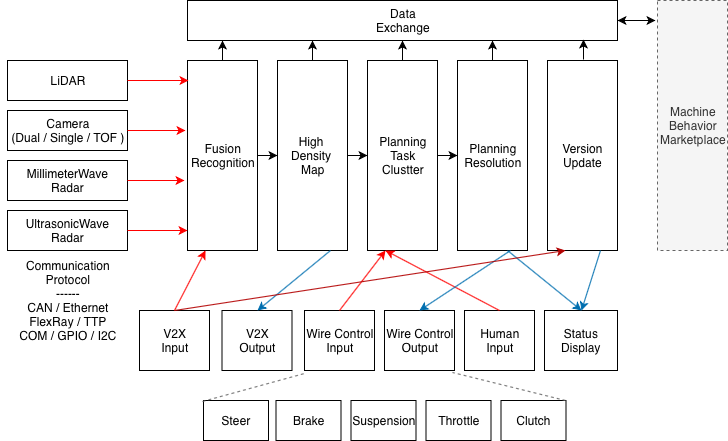
Above: media/dooyo_idea_rpp_1.png in df595149790/df595149790.github.io (draw.io), before the change. Source tidied: cells renumbered, new cells last; positions are measured from the earlier drawing's top-left corner, leaving out a move shared by most shapes.
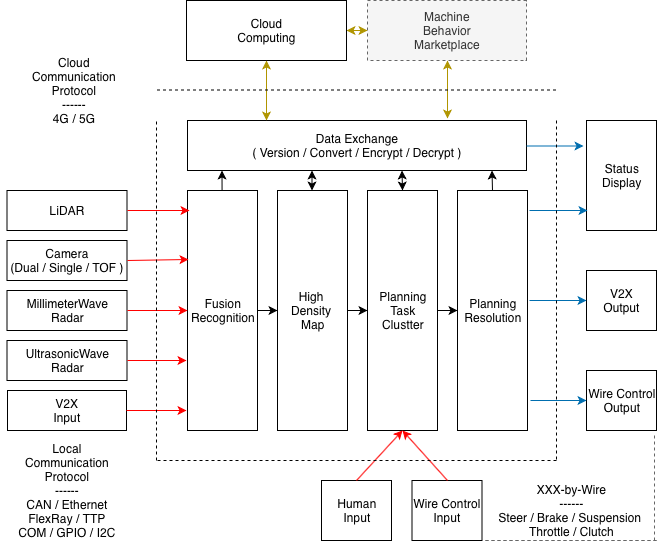
The same file after the commit.

Diff of the diagram source:
```diff
@@ -3,46 +3,43 @@
     <mxCell id="0" />
     <mxCell id="1" parent="0" />
     <mxCell id="2" value="Machine&lt;br&gt;Behavior&lt;br&gt;Marketplace&lt;br&gt;" style="rounded=0;whiteSpace=wrap;html=1;dashed=1;fillColor=#f5f5f5;strokeColor=#666666;fontColor=#333333;" parent="1" vertex="1">
-      <mxGeometry x="656" width="70" height="250" as="geometry" />
+      <mxGeometry x="287" width="159" height="60" as="geometry" />
     </mxCell>
     <mxCell id="3" value="LiDAR" style="rounded=0;whiteSpace=wrap;html=1;" parent="1" vertex="1">
-      <mxGeometry x="6" y="60" width="120" height="40" as="geometry" />
+      <mxGeometry x="-73.5" y="190" width="120" height="40" as="geometry" />
     </mxCell>
     <mxCell id="4" value="Camera&lt;br&gt;(Dual / Single / TOF )&lt;br&gt;" style="rounded=0;whiteSpace=wrap;html=1;" parent="1" vertex="1">
-      <mxGeometry x="6" y="110" width="120" height="40" as="geometry" />
+      <mxGeometry x="-73.5" y="240" width="120" height="40" as="geometry" />
     </mxCell>
     <mxCell id="5" value="MillimeterWave&lt;br&gt;Radar&lt;br&gt;" style="rounded=0;whiteSpace=wrap;html=1;" parent="1" vertex="1">
-      <mxGeometry x="6" y="160" width="120" height="40" as="geometry" />
+      <mxGeometry x="-73.5" y="290" width="120" height="40" as="geometry" />
     </mxCell>
     <mxCell id="6" value="UltrasonicWave&lt;br&gt;Radar&lt;br&gt;" style="rounded=0;whiteSpace=wrap;html=1;" parent="1" vertex="1">
-      <mxGeometry x="6" y="210" width="120" height="40" as="geometry" />
+      <mxGeometry x="-73.5" y="340" width="120" height="40" as="geometry" />
     </mxCell>
     <mxCell id="7" value="Fusion&lt;br&gt;Recognition&lt;br&gt;" style="rounded=0;whiteSpace=wrap;html=1;shadow=0;fillColor=none;" parent="1" vertex="1">
-      <mxGeometry x="186" y="60" width="70" height="190" as="geometry" />
+      <mxGeometry x="107" y="190" width="70" height="240" as="geometry" />
     </mxCell>
-    <mxCell id="8" value="Communication&lt;br&gt;Protocol&lt;br&gt;------&lt;br&gt;CAN /&amp;nbsp;E&lt;span&gt;thernet&lt;br&gt;F&lt;/span&gt;&lt;span&gt;lexRay /&amp;nbsp;TTP&lt;br&gt;COM / GPIO / I2C&lt;br&gt;&lt;/span&gt;" style="text;html=1;strokeColor=none;fillColor=none;align=center;verticalAlign=middle;whiteSpace=wrap;rounded=0;shadow=0;" parent="1" vertex="1">
-      <mxGeometry x="-0.5" y="290" width="133" height="20" as="geometry" />
+    <mxCell id="8" value="Local&lt;br&gt;Communication&lt;br&gt;Protocol&lt;br&gt;------&lt;br&gt;CAN /&amp;nbsp;E&lt;span&gt;thernet&lt;br&gt;F&lt;/span&gt;&lt;span&gt;lexRay /&amp;nbsp;TTP&lt;br&gt;COM / GPIO / I2C&lt;br&gt;&lt;/span&gt;" style="text;html=1;strokeColor=none;fillColor=none;align=center;verticalAlign=middle;whiteSpace=wrap;rounded=0;shadow=0;" parent="1" vertex="1">
+      <mxGeometry x="-80" y="480" width="133" height="20" as="geometry" />
     </mxCell>
     <mxCell id="9" value="High &lt;br&gt;Density &lt;br&gt;Map" style="rounded=0;whiteSpace=wrap;html=1;shadow=0;fillColor=none;" parent="1" vertex="1">
-      <mxGeometry x="276" y="60" width="70" height="190" as="geometry" />
+      <mxGeometry x="197" y="190" width="70" height="240" as="geometry" />
     </mxCell>
     <mxCell id="10" value="Wire&amp;nbsp;Control&lt;br&gt;Input&lt;br&gt;" style="rounded=0;whiteSpace=wrap;html=1;" parent="1" vertex="1">
-      <mxGeometry x="303" y="310" width="70" height="60" as="geometry" />
+      <mxGeometry x="331.5" y="480" width="70" height="60" as="geometry" />
     </mxCell>
     <mxCell id="11" value="V2X&lt;br&gt;Input&lt;br&gt;" style="rounded=0;whiteSpace=wrap;html=1;shadow=0;fillColor=none;" parent="1" vertex="1">
-      <mxGeometry x="138" y="310" width="70" height="60" as="geometry" />
+      <mxGeometry x="-73" y="390" width="119" height="40" as="geometry" />
     </mxCell>
-    <mxCell id="12" value="V2X&lt;br&gt;Output&lt;br&gt;" style="rounded=0;whiteSpace=wrap;html=1;shadow=0;fillColor=none;" parent="1" vertex="1">
-      <mxGeometry x="220.5" y="310" width="70" height="60" as="geometry" />
-    </mxCell>
     <mxCell id="13" value="Status&lt;br&gt;Display&lt;br&gt;" style="rounded=0;whiteSpace=wrap;html=1;shadow=0;fillColor=none;" parent="1" vertex="1">
-      <mxGeometry x="543" y="310" width="73" height="60" as="geometry" />
+      <mxGeometry x="506" y="120" width="70" height="110" as="geometry" />
     </mxCell>
     <mxCell id="14" value="Planning&lt;br&gt;Resolution" style="rounded=0;whiteSpace=wrap;html=1;shadow=0;fillColor=none;" parent="1" vertex="1">
-      <mxGeometry x="456" y="60" width="70" height="190" as="geometry" />
+      <mxGeometry x="377" y="190" width="70" height="240" as="geometry" />
     </mxCell>
     <mxCell id="15" value="Planning&lt;br&gt;Task&lt;br&gt;Clustter&lt;br&gt;" style="rounded=0;whiteSpace=wrap;html=1;shadow=0;fillColor=none;" parent="1" vertex="1">
-      <mxGeometry x="366" y="60" width="70" height="190" as="geometry" />
+      <mxGeometry x="287" y="190" width="70" height="240" as="geometry" />
     </mxCell>
     <mxCell id="16" style="endArrow=classic;html=1;entryX=0;entryY=0.5;entryDx=0;entryDy=0;exitX=1;exitY=0.5;exitDx=0;exitDy=0;" parent="1" edge="1" source="7" target="9">
       <mxGeometry relative="1" as="geometry" />
@@ -53,106 +50,130 @@
     <mxCell id="18" style="endArrow=classic;html=1;entryX=0;entryY=0.5;entryDx=0;entryDy=0;exitX=1;exitY=0.5;exitDx=0;exitDy=0;" parent="1" edge="1" source="15" target="14">
       <mxGeometry relative="1" as="geometry" />
     </mxCell>
-    <mxCell id="19" style="endArrow=classic;startArrow=classic;html=1;exitX=1;exitY=0.5;exitDx=0;exitDy=0;entryX=-0.029;entryY=0.08;entryDx=0;entryDy=0;entryPerimeter=0;" parent="1" edge="1" source="20" target="2">
+    <mxCell id="19" style="endArrow=classic;startArrow=classic;html=1;exitX=1;exitY=0.5;exitDx=0;exitDy=0;entryX=0;entryY=0.5;entryDx=0;entryDy=0;fillColor=#e3c800;strokeColor=#B09500;" parent="1" edge="1" source="48" target="2">
       <mxGeometry relative="1" as="geometry" />
     </mxCell>
-    <mxCell id="20" value="Data&lt;br&gt;Exchange&lt;br&gt;" style="rounded=0;whiteSpace=wrap;html=1;shadow=0;fillColor=none;" parent="1" vertex="1">
-      <mxGeometry x="186" width="430" height="40" as="geometry" />
+    <mxCell id="20" value="Data Exchange&lt;br&gt;( Version / Convert / Encrypt / Decrypt )&lt;br&gt;" style="rounded=0;whiteSpace=wrap;html=1;shadow=0;fillColor=none;" parent="1" vertex="1">
+      <mxGeometry x="107" y="120" width="339" height="50" as="geometry" />
     </mxCell>
     <mxCell id="21" style="endArrow=classic;html=1;" parent="1" edge="1" source="7">
       <mxGeometry relative="1" as="geometry">
-        <mxPoint x="221" y="40" as="targetPoint" />
+        <mxPoint x="141.5" y="170" as="targetPoint" />
       </mxGeometry>
     </mxCell>
-    <mxCell id="22" style="endArrow=classic;html=1;exitX=0.5;exitY=0;exitDx=0;exitDy=0;" parent="1" edge="1" source="15">
+    <mxCell id="22" style="endArrow=classic;html=1;exitX=0.5;exitY=0;exitDx=0;exitDy=0;startArrow=classic;startFill=1;" parent="1" edge="1" source="15">
       <mxGeometry relative="1" as="geometry">
-        <mxPoint x="401" y="40" as="targetPoint" />
+        <mxPoint x="321.5" y="170" as="targetPoint" />
       </mxGeometry>
     </mxCell>
     <mxCell id="23" style="endArrow=classic;html=1;exitX=0.5;exitY=0;exitDx=0;exitDy=0;" parent="1" edge="1" source="14">
       <mxGeometry relative="1" as="geometry">
-        <mxPoint x="491" y="40" as="targetPoint" />
+        <mxPoint x="411.5" y="170" as="targetPoint" />
       </mxGeometry>
     </mxCell>
-    <mxCell id="24" style="endArrow=classic;html=1;" parent="1" edge="1">
+    <mxCell id="24" style="endArrow=classic;html=1;startArrow=classic;startFill=1;" parent="1" edge="1">
       <mxGeometry relative="1" as="geometry">
-        <mxPoint x="311" y="60" as="sourcePoint" />
-        <mxPoint x="311" y="40" as="targetPoint" />
+        <mxPoint x="231.5" y="190" as="sourcePoint" />
+        <mxPoint x="231.5" y="170" as="targetPoint" />
       </mxGeometry>
     </mxCell>
-    <mxCell id="25" value="Steer&lt;br&gt;" style="rounded=0;whiteSpace=wrap;html=1;" parent="1" vertex="1">
-      <mxGeometry x="202" y="400" width="65" height="40" as="geometry" />
-    </mxCell>
-    <mxCell id="26" value="Brake&lt;br&gt;" style="rounded=0;whiteSpace=wrap;html=1;" parent="1" vertex="1">
-      <mxGeometry x="274.5" y="400" width="65" height="40" as="geometry" />
-    </mxCell>
-    <mxCell id="27" value="Suspension&lt;br&gt;" style="rounded=0;whiteSpace=wrap;html=1;" parent="1" vertex="1">
-      <mxGeometry x="349.5" y="400" width="65" height="40" as="geometry" />
-    </mxCell>
-    <mxCell id="28" value="Throttle&lt;br&gt;" style="rounded=0;whiteSpace=wrap;html=1;" parent="1" vertex="1">
-      <mxGeometry x="424.5" y="400" width="65" height="40" as="geometry" />
-    </mxCell>
-    <mxCell id="29" value="Clutch&lt;br&gt;" style="rounded=0;whiteSpace=wrap;html=1;" parent="1" vertex="1">
-      <mxGeometry x="499.5" y="400" width="65" height="40" as="geometry" />
-    </mxCell>
     <mxCell id="30" value="Wire&amp;nbsp;Control&lt;br&gt;Output&lt;br&gt;" style="rounded=0;whiteSpace=wrap;html=1;" parent="1" vertex="1">
-      <mxGeometry x="383" y="310" width="70" height="60" as="geometry" />
+      <mxGeometry x="506" y="370" width="70" height="60" as="geometry" />
     </mxCell>
     <mxCell id="31" value="Human&lt;br&gt;Input&lt;br&gt;" style="rounded=0;whiteSpace=wrap;html=1;shadow=0;fillColor=none;" parent="1" vertex="1">
-      <mxGeometry x="463" y="310" width="70" height="60" as="geometry" />
+      <mxGeometry x="241" y="480" width="70" height="60" as="geometry" />
     </mxCell>
-    <mxCell id="32" value="Version&lt;br&gt;Update&lt;br&gt;" style="rounded=0;whiteSpace=wrap;html=1;shadow=0;fillColor=none;" parent="1" vertex="1">
-      <mxGeometry x="546" y="60" width="70" height="190" as="geometry" />
-    </mxCell>
-    <mxCell id="33" style="endArrow=classic;html=1;exitX=1;exitY=0.5;exitDx=0;exitDy=0;entryX=0.014;entryY=0.105;entryDx=0;entryDy=0;entryPerimeter=0;strokeColor=#FF0000;" parent="1" edge="1" source="3" target="7">
+    <mxCell id="33" style="endArrow=classic;html=1;exitX=1;exitY=0.5;exitDx=0;exitDy=0;entryX=0.029;entryY=0.083;entryDx=0;entryDy=0;entryPerimeter=0;strokeColor=#FF0000;" parent="1" edge="1" source="3" target="7">
       <mxGeometry relative="1" as="geometry" />
     </mxCell>
-    <mxCell id="34" style="endArrow=classic;html=1;exitX=1;exitY=0.5;exitDx=0;exitDy=0;entryX=-0.029;entryY=0.368;entryDx=0;entryDy=0;entryPerimeter=0;strokeWidth=1;strokeColor=#FF0000;" parent="1" edge="1" source="4" target="7">
+    <mxCell id="34" style="endArrow=classic;html=1;exitX=1;exitY=0.5;exitDx=0;exitDy=0;entryX=0.014;entryY=0.288;entryDx=0;entryDy=0;entryPerimeter=0;strokeWidth=1;strokeColor=#FF0000;" parent="1" edge="1" source="4" target="7">
       <mxGeometry relative="1" as="geometry" />
     </mxCell>
-    <mxCell id="35" style="endArrow=classic;html=1;exitX=1;exitY=0.5;exitDx=0;exitDy=0;entryX=-0.043;entryY=0.632;entryDx=0;entryDy=0;entryPerimeter=0;strokeColor=#FF0000;" parent="1" edge="1" source="5" target="7">
+    <mxCell id="35" style="endArrow=classic;html=1;exitX=1;exitY=0.5;exitDx=0;exitDy=0;entryX=0;entryY=0.5;entryDx=0;entryDy=0;strokeColor=#FF0000;" parent="1" edge="1" source="5" target="7">
       <mxGeometry relative="1" as="geometry" />
     </mxCell>
-    <mxCell id="36" style="endArrow=classic;html=1;exitX=1;exitY=0.5;exitDx=0;exitDy=0;entryX=0;entryY=0.895;entryDx=0;entryDy=0;entryPerimeter=0;strokeColor=#FF0000;" parent="1" edge="1" source="6" target="7">
+    <mxCell id="36" style="endArrow=classic;html=1;exitX=1;exitY=0.5;exitDx=0;exitDy=0;entryX=-0.014;entryY=0.708;entryDx=0;entryDy=0;entryPerimeter=0;strokeColor=#FF0000;" parent="1" edge="1" source="6" target="7">
       <mxGeometry relative="1" as="geometry" />
     </mxCell>
-    <mxCell id="37" style="endArrow=classic;html=1;strokeColor=#FF0000;strokeWidth=1;entryX=0.25;entryY=1;entryDx=0;entryDy=0;exitX=0.5;exitY=0;exitDx=0;exitDy=0;" parent="1" edge="1" source="11" target="7">
+    <mxCell id="37" style="endArrow=classic;html=1;strokeColor=#FF0000;strokeWidth=1;entryX=-0.014;entryY=0.917;entryDx=0;entryDy=0;exitX=1;exitY=0.5;exitDx=0;exitDy=0;entryPerimeter=0;" parent="1" edge="1" source="11" target="7">
       <mxGeometry relative="1" as="geometry" />
     </mxCell>
-    <mxCell id="38" style="endArrow=classic;html=1;strokeColor=#FF0000;strokeWidth=1;entryX=0.25;entryY=1;entryDx=0;entryDy=0;exitX=0.5;exitY=0;exitDx=0;exitDy=0;" parent="1" edge="1" source="10" target="15">
+    <mxCell id="38" style="endArrow=classic;html=1;strokeColor=#FF0000;strokeWidth=1;entryX=0.5;entryY=1;entryDx=0;entryDy=0;exitX=0.5;exitY=0;exitDx=0;exitDy=0;" parent="1" edge="1" source="10" target="15">
       <mxGeometry relative="1" as="geometry" />
     </mxCell>
-    <mxCell id="39" style="endArrow=classic;html=1;strokeColor=#FF0000;strokeWidth=1;entryX=0.25;entryY=1;entryDx=0;entryDy=0;exitX=0.5;exitY=0;exitDx=0;exitDy=0;" parent="1" edge="1" source="31" target="15">
+    <mxCell id="39" style="endArrow=classic;html=1;strokeColor=#FF0000;strokeWidth=1;entryX=0.5;entryY=1;entryDx=0;entryDy=0;exitX=0.5;exitY=0;exitDx=0;exitDy=0;" parent="1" edge="1" source="31" target="15">
       <mxGeometry relative="1" as="geometry" />
     </mxCell>
-    <mxCell id="40" style="endArrow=classic;html=1;strokeColor=#006EAF;strokeWidth=1;fillColor=#1ba1e2;exitX=0.75;exitY=1;exitDx=0;exitDy=0;entryX=0.5;entryY=0;entryDx=0;entryDy=0;" parent="1" edge="1" source="9" target="12">
-      <mxGeometry relative="1" as="geometry" />
-    </mxCell>
-    <mxCell id="41" style="endArrow=classic;html=1;strokeColor=#006EAF;strokeWidth=1;fillColor=#1ba1e2;exitX=0.75;exitY=1;exitDx=0;exitDy=0;entryX=0.5;entryY=0;entryDx=0;entryDy=0;" parent="1" edge="1" source="14" target="30">
+    <mxCell id="41" style="endArrow=classic;html=1;strokeColor=#006EAF;strokeWidth=1;fillColor=#1ba1e2;entryX=0;entryY=0.5;entryDx=0;entryDy=0;exitX=1.043;exitY=0.875;exitDx=0;exitDy=0;exitPerimeter=0;" parent="1" edge="1" source="14" target="30">
       <mxGeometry relative="1" as="geometry" />
     </mxCell>
-    <mxCell id="42" style="endArrow=none;dashed=1;html=1;strokeColor=#666666;strokeWidth=1;entryX=0;entryY=1.05;entryDx=0;entryDy=0;entryPerimeter=0;exitX=-0.015;exitY=0.025;exitDx=0;exitDy=0;exitPerimeter=0;gradientColor=#b3b3b3;fillColor=#f5f5f5;" parent="1" edge="1" source="25" target="10">
-      <mxGeometry relative="1" as="geometry" />
+    <mxCell id="42" style="endArrow=none;dashed=1;html=1;strokeColor=#666666;strokeWidth=1;entryX=1;entryY=1;entryDx=0;entryDy=0;entryPerimeter=0;gradientColor=#b3b3b3;fillColor=#f5f5f5;" parent="1" edge="1" target="10">
+      <mxGeometry relative="1" as="geometry">
+        <mxPoint x="576" y="540" as="sourcePoint" />
+      </mxGeometry>
     </mxCell>
-    <mxCell id="43" style="endArrow=none;dashed=1;html=1;strokeColor=#666666;strokeWidth=1;entryX=0.971;entryY=1.033;entryDx=0;entryDy=0;entryPerimeter=0;exitX=0.992;exitY=0;exitDx=0;exitDy=0;exitPerimeter=0;gradientColor=#b3b3b3;fillColor=#f5f5f5;" parent="1" edge="1" source="29" target="30">
-      <mxGeometry relative="1" as="geometry" />
+    <mxCell id="43" style="endArrow=none;dashed=1;html=1;strokeColor=#666666;strokeWidth=1;entryX=0.971;entryY=1.033;entryDx=0;entryDy=0;entryPerimeter=0;gradientColor=#b3b3b3;fillColor=#f5f5f5;" parent="1" edge="1" target="30">
+      <mxGeometry relative="1" as="geometry">
+        <mxPoint x="574" y="540" as="sourcePoint" />
+      </mxGeometry>
     </mxCell>
-    <mxCell id="44" style="endArrow=classic;html=1;strokeColor=#006EAF;strokeWidth=1;entryX=0.5;entryY=0;entryDx=0;entryDy=0;fillColor=#1ba1e2;" parent="1" edge="1" target="13">
+    <mxCell id="44" style="endArrow=classic;html=1;strokeColor=#006EAF;strokeWidth=1;entryX=0.014;entryY=0.818;entryDx=0;entryDy=0;fillColor=#1ba1e2;entryPerimeter=0;" parent="1" edge="1" target="13">
       <mxGeometry relative="1" as="geometry">
-        <mxPoint x="506" y="250" as="sourcePoint" />
+        <mxPoint x="449" y="210" as="sourcePoint" />
       </mxGeometry>
     </mxCell>
-    <mxCell id="45" style="endArrow=classic;html=1;strokeColor=#B20000;strokeWidth=1;entryX=0.25;entryY=1;entryDx=0;entryDy=0;exitX=0.5;exitY=0;exitDx=0;exitDy=0;fillColor=#e51400;" parent="1" edge="1" source="11" target="32">
-      <mxGeometry relative="1" as="geometry" />
-    </mxCell>
-    <mxCell id="46" style="endArrow=classic;html=1;strokeColor=#006EAF;strokeWidth=1;entryX=0.5;entryY=0;entryDx=0;entryDy=0;exitX=0.75;exitY=1;exitDx=0;exitDy=0;fillColor=#1ba1e2;" parent="1" edge="1" source="32" target="13">
-      <mxGeometry relative="1" as="geometry" />
-    </mxCell>
-    <mxCell id="47" style="endArrow=classic;html=1;exitX=0.5;exitY=0;exitDx=0;exitDy=0;" parent="1" edge="1">
-      <mxGeometry relative="1" as="geometry">
-        <mxPoint x="582" y="59" as="sourcePoint" />
-        <mxPoint x="582" y="39" as="targetPoint" />
-      </mxGeometry>
-    </mxCell>
+    <mxCell id="48" value="Cloud&lt;br&gt;Computing&lt;br&gt;" style="rounded=0;whiteSpace=wrap;html=1;shadow=0;fillColor=none;" parent="1" vertex="1">
+      <mxGeometry x="106" width="160" height="60" as="geometry" />
+    </mxCell>
+    <mxCell id="49" style="endArrow=classic;startArrow=classic;html=1;exitX=0.233;exitY=0;exitDx=0;exitDy=0;entryX=0.5;entryY=1;entryDx=0;entryDy=0;exitPerimeter=0;fillColor=#e3c800;strokeColor=#B09500;" parent="1" edge="1" source="20" target="48">
+      <mxGeometry relative="1" as="geometry" />
+    </mxCell>
+    <mxCell id="12" value="V2X&lt;br&gt;Output&lt;br&gt;" style="rounded=0;whiteSpace=wrap;html=1;shadow=0;fillColor=none;" parent="1" vertex="1">
+      <mxGeometry x="506" y="270" width="70" height="60" as="geometry" />
+    </mxCell>
+    <mxCell id="50" style="endArrow=classic;html=1;strokeColor=#006EAF;strokeWidth=1;entryX=0;entryY=0.5;entryDx=0;entryDy=0;fillColor=#1ba1e2;exitX=1.029;exitY=0.458;exitDx=0;exitDy=0;exitPerimeter=0;" parent="1" edge="1" source="14" target="12">
+      <mxGeometry relative="1" as="geometry" />
+    </mxCell>
+    <mxCell id="51" style="endArrow=classic;startArrow=classic;html=1;entryX=0.5;entryY=1;entryDx=0;entryDy=0;fillColor=#e3c800;strokeColor=#B09500;" parent="1" edge="1" target="2">
+      <mxGeometry relative="1" as="geometry">
+        <mxPoint x="367" y="118" as="sourcePoint" />
+      </mxGeometry>
+    </mxCell>
+    <mxCell id="52" value="Cloud&lt;br&gt;Communication&lt;br&gt;Protocol&lt;br&gt;------&lt;br&gt;&lt;span&gt;4G / 5G&lt;br&gt;&lt;/span&gt;" style="text;html=1;strokeColor=none;fillColor=none;align=center;verticalAlign=middle;whiteSpace=wrap;rounded=0;shadow=0;" parent="1" vertex="1">
+      <mxGeometry x="-73" y="80" width="133" height="20" as="geometry" />
+    </mxCell>
+    <mxCell id="53" style="endArrow=classic;html=1;strokeColor=#006EAF;strokeWidth=1;entryX=0;entryY=0.75;entryDx=0;entryDy=0;fillColor=#1ba1e2;" parent="1" edge="1">
+      <mxGeometry relative="1" as="geometry">
+        <mxPoint x="446" y="145.5" as="sourcePoint" />
+        <mxPoint x="503" y="145.5" as="targetPoint" />
+      </mxGeometry>
+    </mxCell>
+    <mxCell id="54" value="XXX-by-Wire&lt;br&gt;------&lt;br&gt;Steer / Brake /&amp;nbsp;Suspension &lt;br&gt;Throttle / Clutch&lt;br&gt;" style="text;html=1;strokeColor=none;fillColor=none;align=center;verticalAlign=middle;whiteSpace=wrap;rounded=0;" parent="1" vertex="1">
+      <mxGeometry x="416" y="500" width="150" height="20" as="geometry" />
+    </mxCell>
+    <mxCell id="55" style="endArrow=none;dashed=1;html=1;" parent="1" edge="1">
+      <mxGeometry relative="1" as="geometry">
+        <mxPoint x="76" y="460" as="sourcePoint" />
+        <mxPoint x="76" y="120" as="targetPoint" />
+      </mxGeometry>
+    </mxCell>
+    <mxCell id="56" style="endArrow=none;dashed=1;html=1;" parent="1" edge="1">
+      <mxGeometry relative="1" as="geometry">
+        <mxPoint x="476" y="460" as="sourcePoint" />
+        <mxPoint x="76" y="460" as="targetPoint" />
+      </mxGeometry>
+    </mxCell>
+    <mxCell id="57" style="endArrow=none;dashed=1;html=1;" parent="1" edge="1">
+      <mxGeometry relative="1" as="geometry">
+        <mxPoint x="476" y="120" as="sourcePoint" />
+        <mxPoint x="476" y="460" as="targetPoint" />
+      </mxGeometry>
+    </mxCell>
+    <mxCell id="58" style="endArrow=none;dashed=1;html=1;" parent="1" edge="1">
+      <mxGeometry relative="1" as="geometry">
+        <mxPoint x="76.5" y="89.5" as="sourcePoint" />
+        <mxPoint x="476.5" y="89.5" as="targetPoint" />
+      </mxGeometry>
+    </mxCell>
   </root>
 </mxGraphModel>
```
